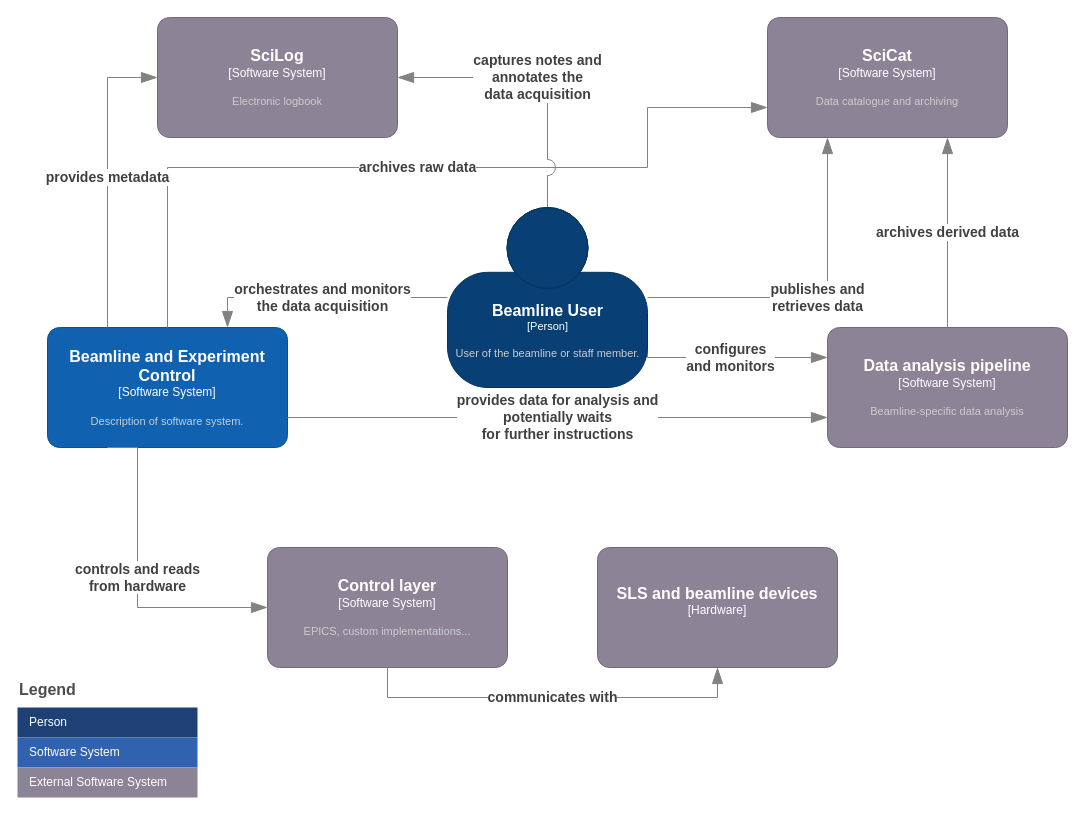
This is page "BEC_context_user_centric" (3 of 6) of docs/architecture/BEC.drawio from ivan-usov-org/bec, a draw.io file, before an edit. Source tidied: cells renumbered, new cells numbered last; positions are measured from the earlier drawing's top-left corner, leaving out a move shared by most shapes. Both pictures are drawn from the tidied source at 100%, with x=0, y=0 at pixel (17, 17).
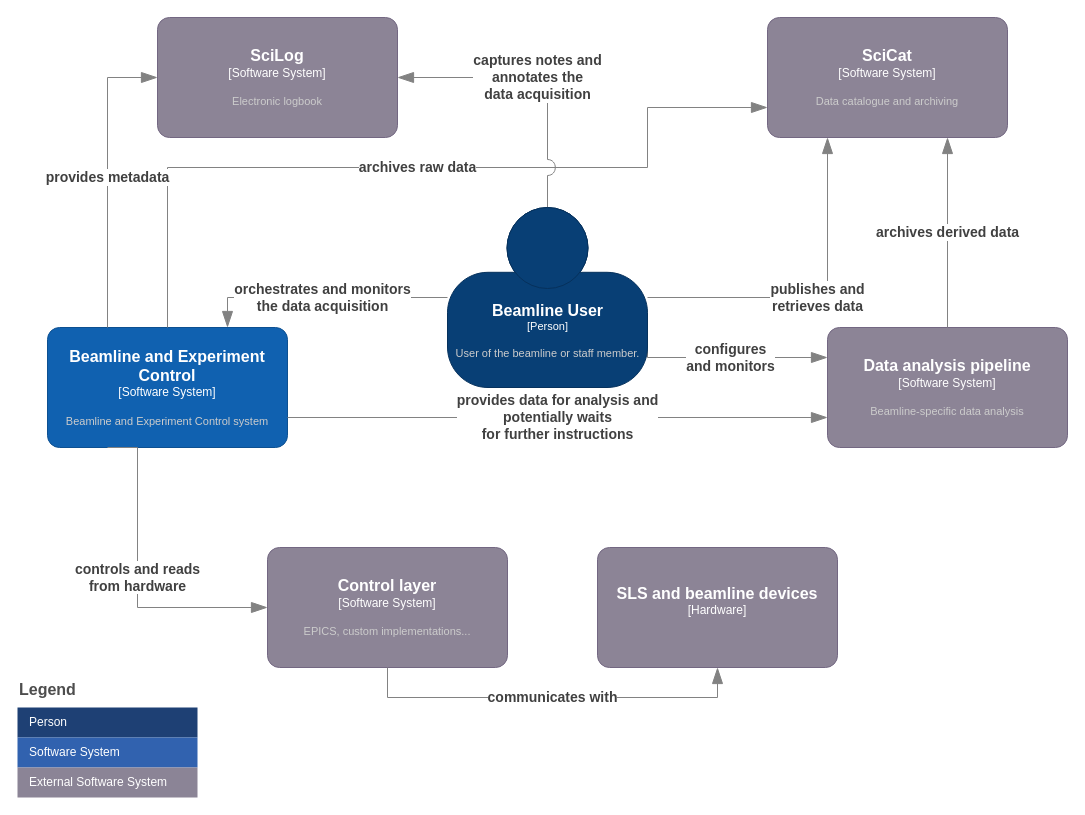
After the change.

The edit, as a diff of the source:
```diff
@@
-    <object id="5" label="&lt;font style=&quot;font-size: 16px&quot;&gt;&lt;b&gt;%c4Name%&lt;/b&gt;&lt;/font&gt;&lt;div&gt;[%c4Type%]&lt;/div&gt;&lt;br&gt;&lt;div&gt;&lt;font style=&quot;font-size: 11px&quot;&gt;&lt;font color=&quot;#cccccc&quot;&gt;%c4Description%&lt;/font&gt;&lt;/div&gt;" c4Description="Description of software system." c4Name="Beamline and Experiment Control" c4Type="Software System" placeholders="1">
+    <object id="5" label="&lt;font style=&quot;font-size: 16px&quot;&gt;&lt;b&gt;%c4Name%&lt;/b&gt;&lt;/font&gt;&lt;div&gt;[%c4Type%]&lt;/div&gt;&lt;br&gt;&lt;div&gt;&lt;font style=&quot;font-size: 11px&quot;&gt;&lt;font color=&quot;#cccccc&quot;&gt;%c4Description%&lt;/font&gt;&lt;/div&gt;" c4Description="Beamline and Experiment Control system" c4Name="Beamline and Experiment Control" c4Type="Software System" placeholders="1">
       <mxCell style="rounded=1;whiteSpace=wrap;html=1;labelBackgroundColor=none;fillColor=#1061B0;fontColor=#ffffff;align=center;arcSize=10;strokeColor=#0D5091;points=[[0.25,0,0],[0.5,0,0],[0.75,0,0],[1,0.25,0],[1,0.5,0],[1,0.75,0],[0.75,1,0],[0.5,1,0],[0.25,1,0],[0,0.75,0],[0,0.5,0],[0,0.25,0]];fontSize=12;" parent="1" vertex="1">
         <mxGeometry x="30" y="310" width="240" height="120" as="geometry" />
       </mxCell>
     </object>
```
